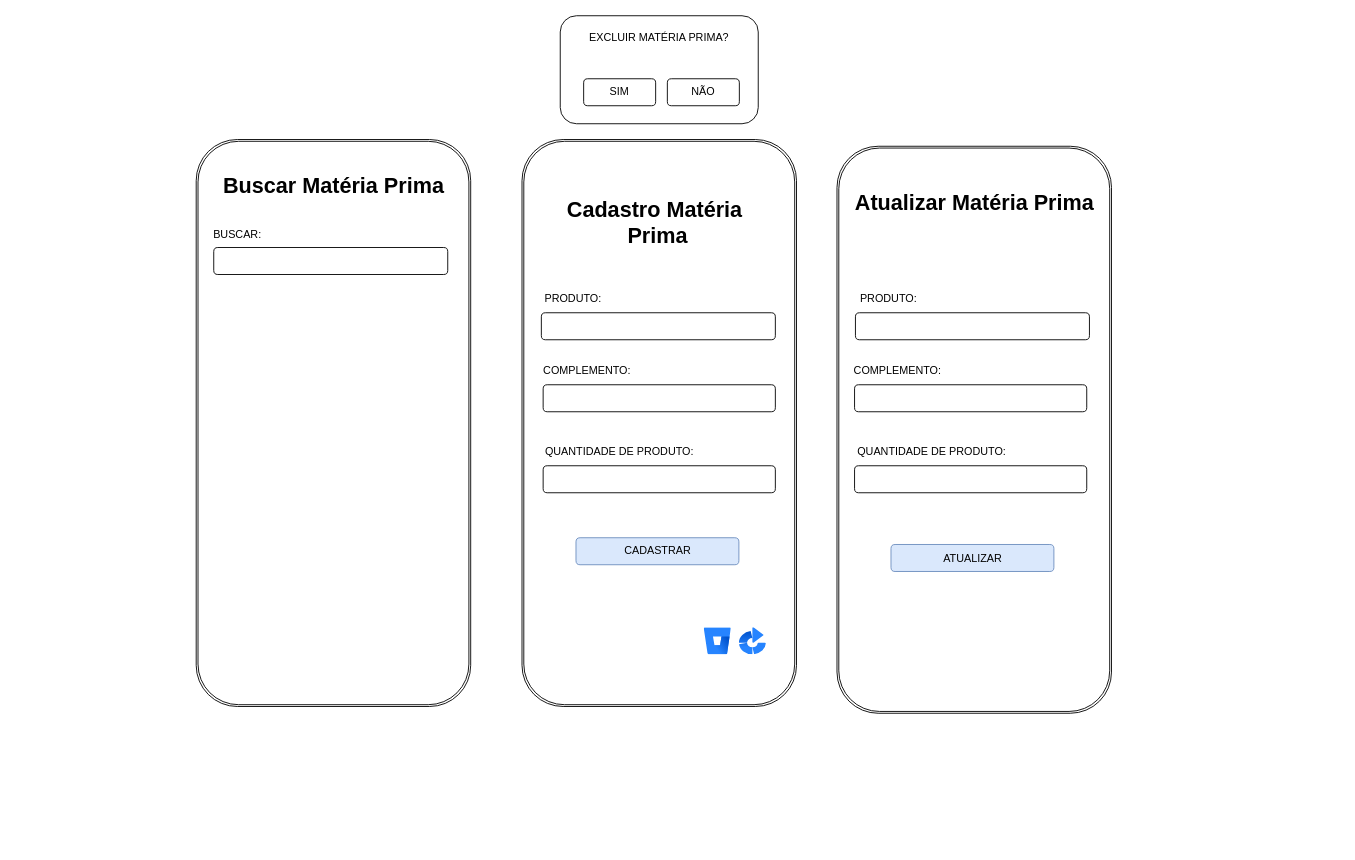
Before: page "Página-4" (4 of 4) of DOC/tela.drawio in rafaelareisilva/avatar.app, a draw.io diagram. Source tidied: cells renumbered, new cells numbered last; positions are measured from the earlier drawing's top-left corner, leaving out a move shared by most shapes. Both pictures are drawn from the tidied source at 90%, with x=0, y=0 at pixel (50, 15).
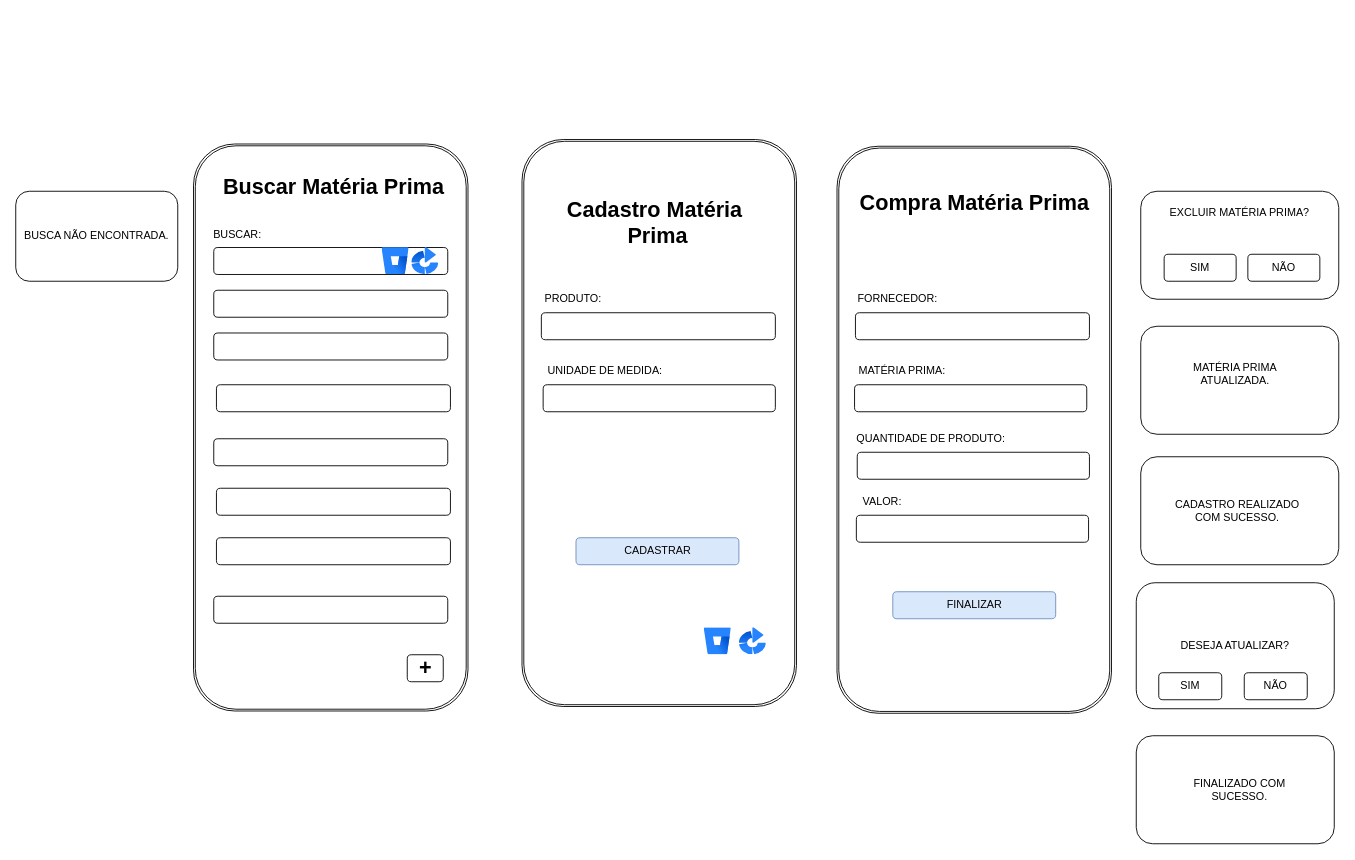
The same diagram, later.

Change to the diagram source:
```diff
@@
     <mxCell id="2" value="EXCLUIR MATÉRIA PRIMA?&lt;div&gt;&lt;br&gt;&lt;/div&gt;&lt;div&gt;&lt;br&gt;&lt;/div&gt;&lt;div&gt;&lt;br&gt;&lt;/div&gt;&lt;div&gt;&lt;br&gt;&lt;/div&gt;&lt;div&gt;&lt;br&gt;&lt;/div&gt;" style="rounded=1;whiteSpace=wrap;html=1;" parent="1" vertex="1">
-      <mxGeometry x="567" width="220" height="120" as="geometry" />
+      <mxGeometry x="1212" y="195" width="220" height="120" as="geometry" />
     </mxCell>
     <mxCell id="3" value="SIM" style="rounded=1;whiteSpace=wrap;html=1;" parent="1" vertex="1">
-      <mxGeometry x="593" y="70" width="80" height="30" as="geometry" />
+      <mxGeometry x="1238" y="265" width="80" height="30" as="geometry" />
     </mxCell>
     <mxCell id="4" value="NÃO" style="rounded=1;whiteSpace=wrap;html=1;" parent="1" vertex="1">
-      <mxGeometry x="686" y="70" width="80" height="30" as="geometry" />
+      <mxGeometry x="1331" y="265" width="80" height="30" as="geometry" />
     </mxCell>
@@
-    <mxCell id="10" value="COMPLEMENTO:" style="text;html=1;align=center;verticalAlign=middle;whiteSpace=wrap;rounded=0;" parent="1" vertex="1">
-      <mxGeometry x="567" y="380" width="60" height="30" as="geometry" />
-    </mxCell>
-    <mxCell id="11" style="rounded=1;whiteSpace=wrap;html=1;" parent="1" vertex="1">
-      <mxGeometry x="548" y="500" width="258" height="30" as="geometry" />
-    </mxCell>
-    <mxCell id="12" value="QUANTIDADE DE PRODUTO:" style="text;html=1;align=center;verticalAlign=middle;whiteSpace=wrap;rounded=0;" parent="1" vertex="1">
-      <mxGeometry x="548" y="470" width="170" height="30" as="geometry" />
+    <mxCell id="12" value="UNIDADE DE MEDIDA:" style="text;html=1;align=center;verticalAlign=middle;whiteSpace=wrap;rounded=0;" parent="1" vertex="1">
+      <mxGeometry x="532" y="380" width="170" height="30" as="geometry" />
     </mxCell>
@@
     <mxCell id="16" style="shape=ext;double=1;rounded=1;whiteSpace=wrap;html=1;rotation=90;" parent="1" vertex="1">
-      <mxGeometry y="300" width="630" height="305" as="geometry" />
+      <mxGeometry x="-3" y="305" width="630" height="305" as="geometry" />
     </mxCell>
@@
-    <mxCell id="22" value="PRODUTO:" style="text;html=1;align=center;verticalAlign=middle;whiteSpace=wrap;rounded=0;" parent="1" vertex="1">
-      <mxGeometry x="912" y="300" width="40" height="30" as="geometry" />
+    <mxCell id="22" value="FORNECEDOR:" style="text;html=1;align=center;verticalAlign=middle;whiteSpace=wrap;rounded=0;" parent="1" vertex="1">
+      <mxGeometry x="922" y="300" width="40" height="30" as="geometry" />
     </mxCell>
-    <mxCell id="23" value="Atualizar Matéria Prima" style="text;strokeColor=none;fillColor=none;html=1;fontSize=24;fontStyle=1;verticalAlign=middle;align=center;" parent="1" vertex="1">
+    <mxCell id="23" value="Compra Matéria Prima" style="text;strokeColor=none;fillColor=none;html=1;fontSize=24;fontStyle=1;verticalAlign=middle;align=center;" parent="1" vertex="1">
       <mxGeometry x="977" y="187.5" width="100" height="40" as="geometry" />
     </mxCell>
@@
-    <mxCell id="25" value="COMPLEMENTO:" style="text;html=1;align=center;verticalAlign=middle;whiteSpace=wrap;rounded=0;" parent="1" vertex="1">
-      <mxGeometry x="912" y="380" width="60" height="30" as="geometry" />
+    <mxCell id="25" value="MATÉRIA PRIMA:" style="text;html=1;align=center;verticalAlign=middle;whiteSpace=wrap;rounded=0;" parent="1" vertex="1">
+      <mxGeometry x="882" y="380" width="130" height="30" as="geometry" />
     </mxCell>
     <mxCell id="26" style="rounded=1;whiteSpace=wrap;html=1;" parent="1" vertex="1">
-      <mxGeometry x="894" y="500" width="258" height="30" as="geometry" />
+      <mxGeometry x="897" y="485" width="258" height="30" as="geometry" />
     </mxCell>
     <mxCell id="27" value="QUANTIDADE DE PRODUTO:" style="text;html=1;align=center;verticalAlign=middle;whiteSpace=wrap;rounded=0;" parent="1" vertex="1">
-      <mxGeometry x="895" y="470" width="170" height="30" as="geometry" />
+      <mxGeometry x="894" y="455" width="170" height="30" as="geometry" />
     </mxCell>
-    <mxCell id="28" value="ATUALIZAR" style="rounded=1;whiteSpace=wrap;html=1;fillColor=#dae8fc;strokeColor=#6c8ebf;" parent="1" vertex="1">
-      <mxGeometry x="934.5" y="587.5" width="181" height="30" as="geometry" />
+    <mxCell id="28" value="FINALIZAR" style="rounded=1;whiteSpace=wrap;html=1;fillColor=#dae8fc;strokeColor=#6c8ebf;" parent="1" vertex="1">
+      <mxGeometry x="936.5" y="640" width="181" height="30" as="geometry" />
     </mxCell>
+    <mxCell id="29" style="rounded=1;whiteSpace=wrap;html=1;" parent="1" vertex="1">
+      <mxGeometry x="1212" y="345" width="220" height="120" as="geometry" />
+    </mxCell>
+    <mxCell id="30" value="MATÉRIA PRIMA ATUALIZADA." style="text;html=1;align=center;verticalAlign=middle;whiteSpace=wrap;rounded=0;" parent="1" vertex="1">
+      <mxGeometry x="1232" y="382.5" width="170" height="30" as="geometry" />
+    </mxCell>
+    <mxCell id="31" style="rounded=1;whiteSpace=wrap;html=1;" parent="1" vertex="1">
+      <mxGeometry x="1212" y="490" width="220" height="120" as="geometry" />
+    </mxCell>
+    <mxCell id="32" value="CADASTRO REALIZADO COM SUCESSO." style="text;html=1;align=center;verticalAlign=middle;whiteSpace=wrap;rounded=0;" parent="1" vertex="1">
+      <mxGeometry x="1242" y="530" width="155" height="40" as="geometry" />
+    </mxCell>
+    <mxCell id="33" value="BUSCA NÃO ENCONTRADA." style="rounded=1;whiteSpace=wrap;html=1;" parent="1" vertex="1">
+      <mxGeometry x="-38" y="195" width="180" height="100" as="geometry" />
+    </mxCell>
+    <mxCell id="34" value="DESEJA ATUALIZAR?" style="rounded=1;whiteSpace=wrap;html=1;" parent="1" vertex="1">
+      <mxGeometry x="1207" y="630" width="220" height="140" as="geometry" />
+    </mxCell>
+    <mxCell id="35" style="rounded=1;whiteSpace=wrap;html=1;" parent="1" vertex="1">
+      <mxGeometry x="182" y="305" width="260" height="30" as="geometry" />
+    </mxCell>
+    <mxCell id="36" style="rounded=1;whiteSpace=wrap;html=1;" parent="1" vertex="1">
+      <mxGeometry x="182" y="352.5" width="260" height="30" as="geometry" />
+    </mxCell>
+    <mxCell id="37" style="rounded=1;whiteSpace=wrap;html=1;" parent="1" vertex="1">
+      <mxGeometry x="185" y="410" width="260" height="30" as="geometry" />
+    </mxCell>
+    <mxCell id="38" style="rounded=1;whiteSpace=wrap;html=1;" parent="1" vertex="1">
+      <mxGeometry x="182" y="470" width="260" height="30" as="geometry" />
+    </mxCell>
+    <mxCell id="39" style="rounded=1;whiteSpace=wrap;html=1;" parent="1" vertex="1">
+      <mxGeometry x="185" y="525" width="260" height="30" as="geometry" />
+    </mxCell>
+    <mxCell id="40" style="rounded=1;whiteSpace=wrap;html=1;" parent="1" vertex="1">
+      <mxGeometry x="185" y="580" width="260" height="30" as="geometry" />
+    </mxCell>
+    <mxCell id="41" style="rounded=1;whiteSpace=wrap;html=1;" parent="1" vertex="1">
+      <mxGeometry x="182" y="645" width="260" height="30" as="geometry" />
+    </mxCell>
+    <mxCell id="42" style="image;html=1;image=img/lib/atlassian/Bitbucket_Logo.svg;" parent="1" vertex="1">
+      <mxGeometry x="369" y="257.5" width="30" height="30" as="geometry" />
+    </mxCell>
+    <mxCell id="43" style="image;html=1;image=img/lib/atlassian/Bamboo_Logo.svg;" parent="1" vertex="1">
+      <mxGeometry x="402" y="257.5" width="30" height="30" as="geometry" />
+    </mxCell>
+    <mxCell id="44" value="SIM" style="rounded=1;whiteSpace=wrap;html=1;" parent="1" vertex="1">
+      <mxGeometry x="1232" y="730" width="70" height="30" as="geometry" />
+    </mxCell>
+    <mxCell id="45" value="NÃO" style="rounded=1;whiteSpace=wrap;html=1;" parent="1" vertex="1">
+      <mxGeometry x="1327" y="730" width="70" height="30" as="geometry" />
+    </mxCell>
+    <mxCell id="46" style="rounded=1;whiteSpace=wrap;html=1;" parent="1" vertex="1">
+      <mxGeometry x="397" y="710" width="40" height="30" as="geometry" />
+    </mxCell>
+    <mxCell id="47" value="+" style="text;strokeColor=none;fillColor=none;html=1;fontSize=24;fontStyle=1;verticalAlign=middle;align=center;" parent="1" vertex="1">
+      <mxGeometry x="367" y="705" width="100" height="40" as="geometry" />
+    </mxCell>
+    <mxCell id="48" style="rounded=1;whiteSpace=wrap;html=1;" parent="1" vertex="1">
+      <mxGeometry x="896" y="555" width="258" height="30" as="geometry" />
+    </mxCell>
+    <mxCell id="49" value="VALOR:" style="text;html=1;align=center;verticalAlign=middle;whiteSpace=wrap;rounded=0;" parent="1" vertex="1">
+      <mxGeometry x="895" y="525" width="60" height="30" as="geometry" />
+    </mxCell>
+    <mxCell id="50" style="rounded=1;whiteSpace=wrap;html=1;" parent="1" vertex="1">
+      <mxGeometry x="1207" y="800" width="220" height="120" as="geometry" />
+    </mxCell>
+    <mxCell id="51" value="FINALIZADO COM SUCESSO." style="text;html=1;align=center;verticalAlign=middle;whiteSpace=wrap;rounded=0;" parent="1" vertex="1">
+      <mxGeometry x="1242" y="845" width="160" height="30" as="geometry" />
+    </mxCell>
```
